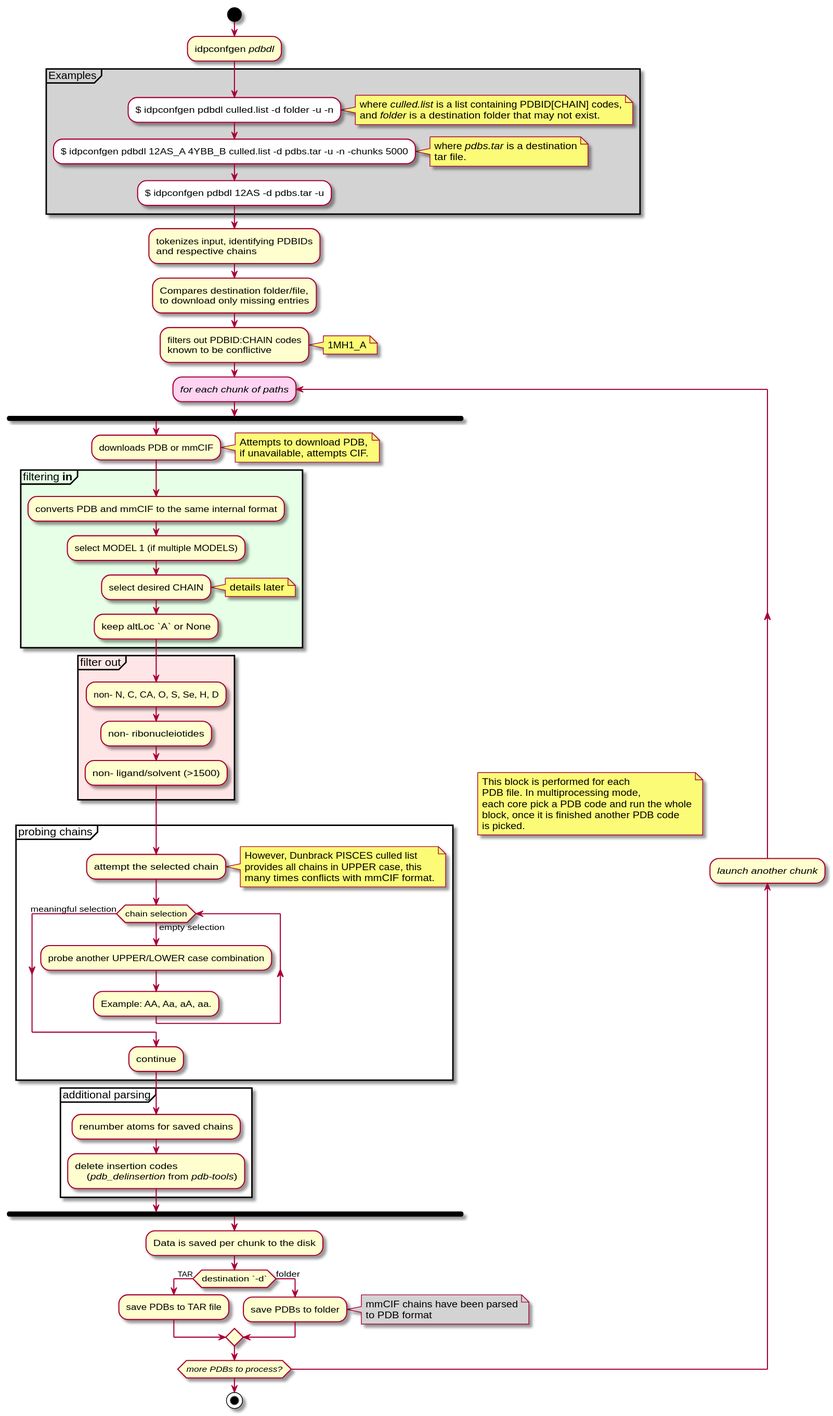
Earlier version of the PlantUML export docs/UMLs/idpconfgen_pdbdl.svg (julie-forman-kay-lab/IDPConformerGenerator).
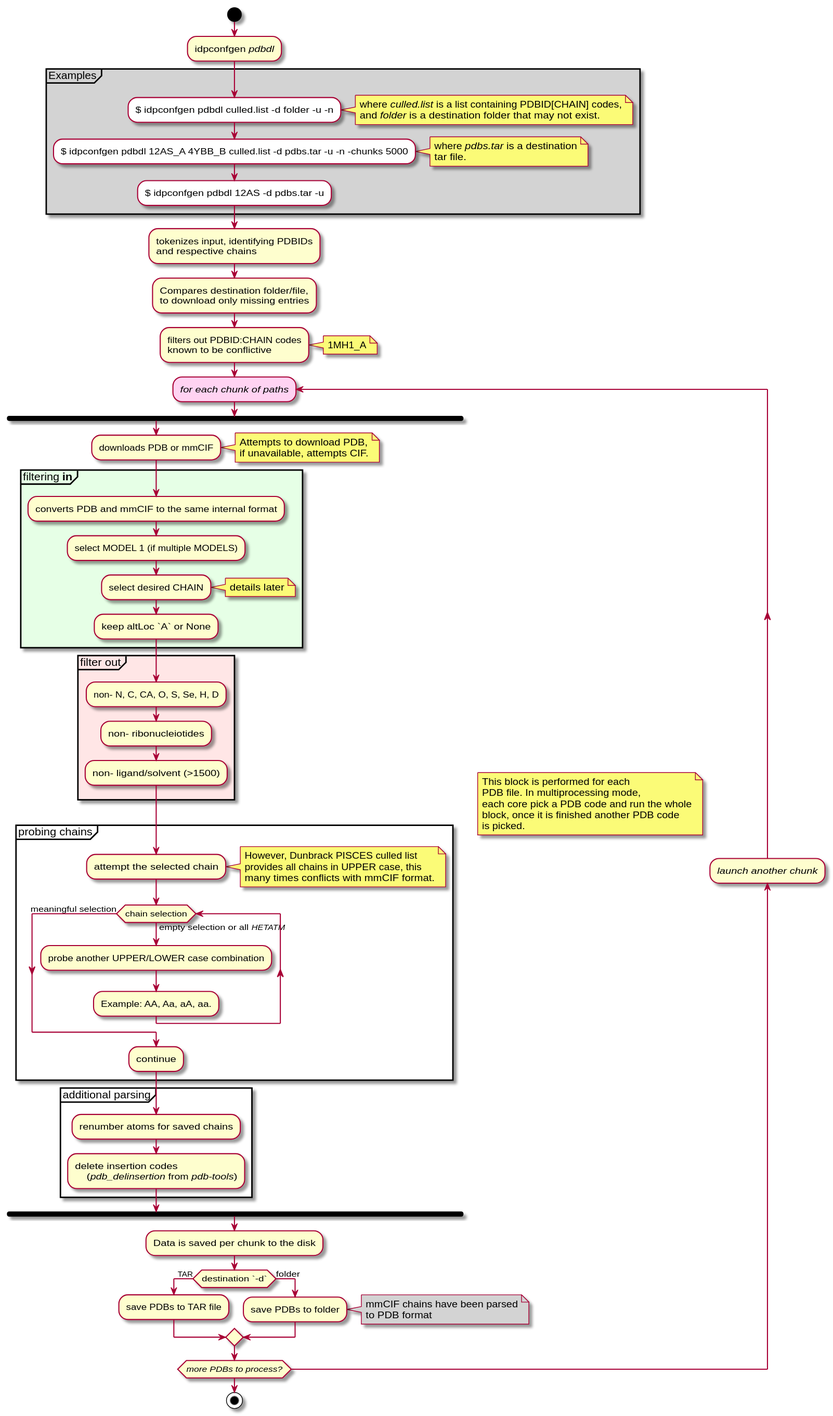
Later version of the same file.

Commit message:
add latests to UMLs

Change to the diagram source:
```diff
@@ -63,7 +63,7 @@
         provides all chains in UPPER case, this
         many times conflicts with mmCIF format.
     end note
-    while (chain selection) is (empty selection)
+    while (chain selection) is (empty selection or all //HETATM//)
         :probe another UPPER/LOWER case combination;
         :Example: AA, Aa, aA, aa.;
     endwhile (meaningful selection)
```
